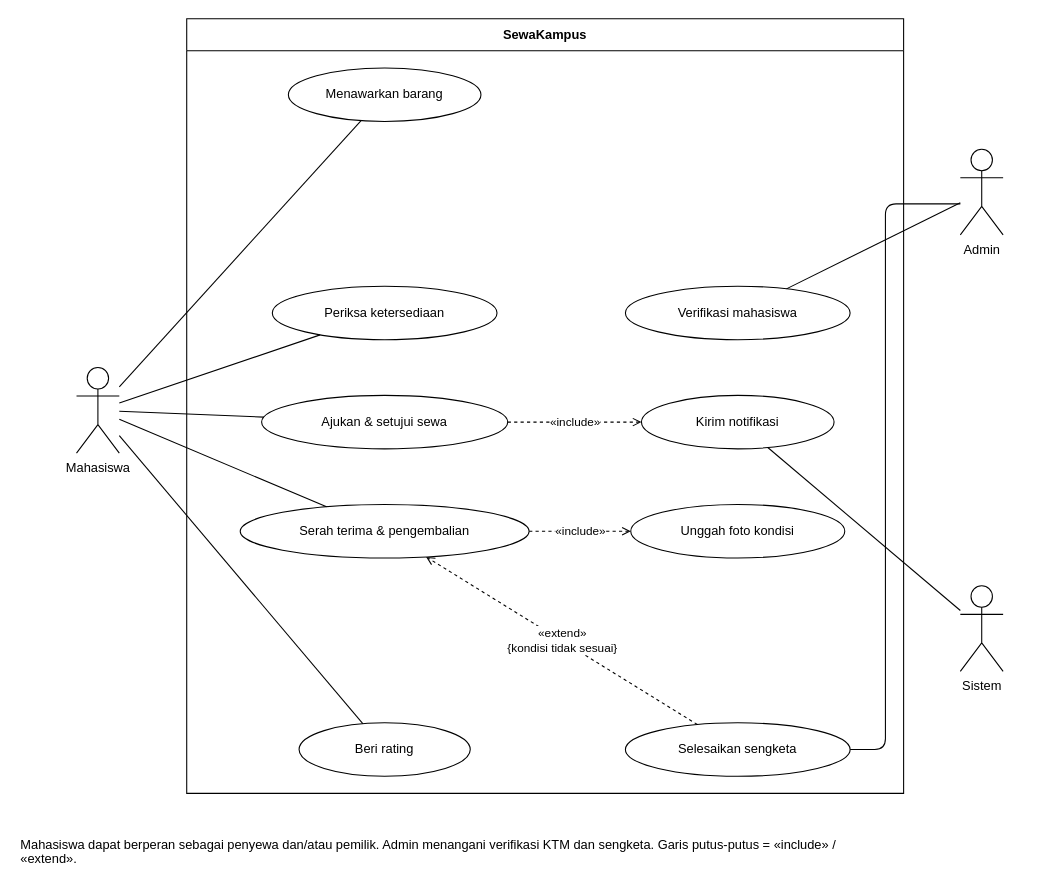
Above: 01_Business/P13-Use-Case-Diagram.drawio in hanansj789/sewakampus (draw.io), before the change. Source tidied: cells renumbered, new cells numbered last; positions are measured from the earlier drawing's top-left corner, leaving out a move shared by most shapes. Both pictures are drawn from the tidied source at 107%, with x=0, y=0 at pixel (18, 18).
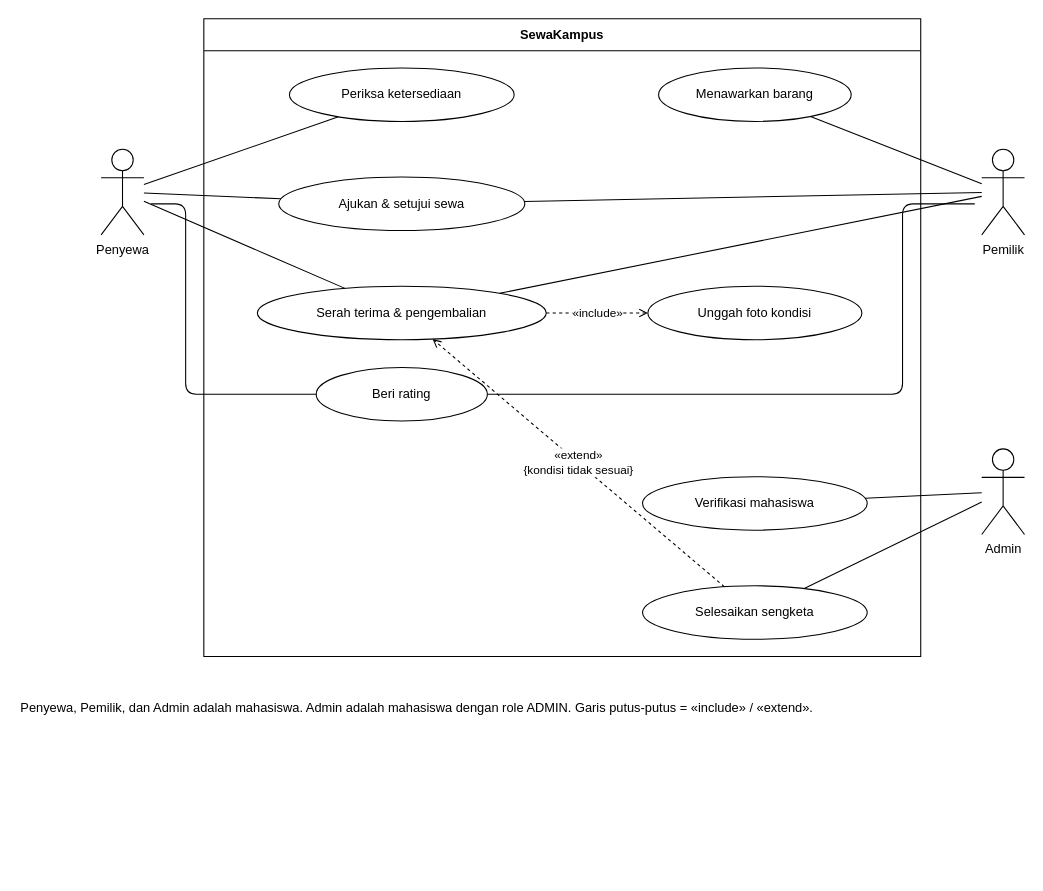
After the change.

What changed in the source:
```diff
@@
     <mxCell id="2" value="SewaKampus" style="swimlane;startSize=30;whiteSpace=wrap;html=1;" parent="1" vertex="1">
-      <mxGeometry x="157" width="670" height="724" as="geometry" />
+      <mxGeometry x="173" width="670" height="596" as="geometry" />
     </mxCell>
-    <mxCell id="3" value="Menawarkan barang" style="ellipse;whiteSpace=wrap;html=1;" parent="2" vertex="1">
-      <mxGeometry x="95" y="46" width="180" height="50" as="geometry" />
-    </mxCell>
     <mxCell id="4" value="Periksa ketersediaan" style="ellipse;whiteSpace=wrap;html=1;" parent="2" vertex="1">
-      <mxGeometry x="80" y="250" width="210" height="50" as="geometry" />
+      <mxGeometry x="80" y="46" width="210" height="50" as="geometry" />
     </mxCell>
     <mxCell id="5" value="Ajukan &amp; setujui sewa" style="ellipse;whiteSpace=wrap;html=1;" parent="2" vertex="1">
-      <mxGeometry x="70" y="352" width="230" height="50" as="geometry" />
+      <mxGeometry x="70" y="148" width="230" height="50" as="geometry" />
     </mxCell>
     <mxCell id="6" value="Serah terima &amp; pengembalian" style="ellipse;whiteSpace=wrap;html=1;" parent="2" vertex="1">
-      <mxGeometry x="50" y="454" width="270" height="50" as="geometry" />
+      <mxGeometry x="50" y="250" width="270" height="50" as="geometry" />
     </mxCell>
     <mxCell id="7" value="Beri rating" style="ellipse;whiteSpace=wrap;html=1;" parent="2" vertex="1">
-      <mxGeometry x="105" y="658" width="160" height="50" as="geometry" />
+      <mxGeometry x="105" y="326" width="160" height="50" as="geometry" />
     </mxCell>
+    <mxCell id="3" value="Menawarkan barang" style="ellipse;whiteSpace=wrap;html=1;" parent="2" vertex="1">
+      <mxGeometry x="425" y="46" width="180" height="50" as="geometry" />
+    </mxCell>
+    <mxCell id="10" value="Unggah foto kondisi" style="ellipse;whiteSpace=wrap;html=1;" parent="2" vertex="1">
+      <mxGeometry x="415" y="250" width="200" height="50" as="geometry" />
+    </mxCell>
     <mxCell id="8" value="Verifikasi mahasiswa" style="ellipse;whiteSpace=wrap;html=1;" parent="2" vertex="1">
-      <mxGeometry x="410" y="250" width="210" height="50" as="geometry" />
+      <mxGeometry x="410" y="428" width="210" height="50" as="geometry" />
     </mxCell>
-    <mxCell id="9" value="Kirim notifikasi" style="ellipse;whiteSpace=wrap;html=1;" parent="2" vertex="1">
-      <mxGeometry x="425" y="352" width="180" height="50" as="geometry" />
-    </mxCell>
-    <mxCell id="10" value="Unggah foto kondisi" style="ellipse;whiteSpace=wrap;html=1;" parent="2" vertex="1">
-      <mxGeometry x="415" y="454" width="200" height="50" as="geometry" />
-    </mxCell>
     <mxCell id="11" value="Selesaikan sengketa" style="ellipse;whiteSpace=wrap;html=1;" parent="2" vertex="1">
-      <mxGeometry x="410" y="658" width="210" height="50" as="geometry" />
+      <mxGeometry x="410" y="530" width="210" height="50" as="geometry" />
     </mxCell>
-    <mxCell id="12" value="Mahasiswa" style="shape=umlActor;verticalLabelPosition=bottom;verticalAlign=top;html=1;" parent="1" vertex="1">
-      <mxGeometry x="54" y="326" width="40" height="80" as="geometry" />
+    <mxCell id="12" value="Penyewa" style="shape=umlActor;verticalLabelPosition=bottom;verticalAlign=top;html=1;" parent="1" vertex="1">
+      <mxGeometry x="77" y="122" width="40" height="80" as="geometry" />
     </mxCell>
+    <mxCell id="27" value="Pemilik" style="shape=umlActor;verticalLabelPosition=bottom;verticalAlign=top;html=1;" parent="1" vertex="1">
+      <mxGeometry x="900" y="122" width="40" height="80" as="geometry" />
+    </mxCell>
     <mxCell id="13" value="Admin" style="shape=umlActor;verticalLabelPosition=bottom;verticalAlign=top;html=1;" parent="1" vertex="1">
-      <mxGeometry x="880" y="122" width="40" height="80" as="geometry" />
+      <mxGeometry x="900" y="402" width="40" height="80" as="geometry" />
     </mxCell>
-    <mxCell id="14" value="Sistem" style="shape=umlActor;verticalLabelPosition=bottom;verticalAlign=top;html=1;" parent="1" vertex="1">
-      <mxGeometry x="880" y="530" width="40" height="80" as="geometry" />
-    </mxCell>
-    <mxCell id="15" style="endArrow=none;html=1;" parent="1" edge="1" source="12" target="3">
-      <mxGeometry relative="1" as="geometry" />
-    </mxCell>
@@
-    <mxCell id="19" style="endArrow=none;html=1;" parent="1" edge="1" source="12" target="7">
-      <mxGeometry relative="1" as="geometry" />
+    <mxCell id="19" style="endArrow=none;html=1;exitX=1.163;exitY=0.638;exitDx=0;exitDy=0;exitPerimeter=0;entryX=0;entryY=0.5;entryDx=0;entryDy=0;" parent="1" edge="1" source="12" target="7">
+      <mxGeometry relative="1" as="geometry">
+        <Array as="points">
+          <mxPoint x="156" y="173" />
+          <mxPoint x="156" y="351" />
+        </Array>
+      </mxGeometry>
     </mxCell>
+    <mxCell id="15" style="endArrow=none;html=1;" parent="1" edge="1" source="27" target="3">
+      <mxGeometry relative="1" as="geometry" />
+    </mxCell>
+    <mxCell id="28" style="endArrow=none;html=1;" parent="1" edge="1" source="27" target="5">
+      <mxGeometry relative="1" as="geometry" />
+    </mxCell>
+    <mxCell id="29" style="endArrow=none;html=1;" parent="1" edge="1" source="27" target="6">
+      <mxGeometry relative="1" as="geometry" />
+    </mxCell>
+    <mxCell id="30" style="endArrow=none;html=1;exitX=-0.162;exitY=0.638;exitDx=0;exitDy=0;exitPerimeter=0;entryX=1;entryY=0.5;entryDx=0;entryDy=0;" parent="1" edge="1" source="27" target="7">
+      <mxGeometry relative="1" as="geometry">
+        <Array as="points">
+          <mxPoint x="826" y="173" />
+          <mxPoint x="826" y="351" />
+        </Array>
+      </mxGeometry>
+    </mxCell>
@@
-    <mxCell id="21" style="endArrow=none;html=1;exitX=0;exitY=0.638;exitDx=0;exitDy=0;exitPerimeter=0;entryX=1;entryY=0.5;entryDx=0;entryDy=0;" parent="1" edge="1" source="13" target="11">
-      <mxGeometry relative="1" as="geometry">
-        <Array as="points">
-          <mxPoint x="810" y="173" />
-          <mxPoint x="810" y="683" />
-        </Array>
-      </mxGeometry>
+    <mxCell id="21" style="endArrow=none;html=1;" parent="1" edge="1" source="13" target="11">
+      <mxGeometry relative="1" as="geometry" />
     </mxCell>
-    <mxCell id="22" style="endArrow=none;html=1;" parent="1" edge="1" source="14" target="9">
-      <mxGeometry relative="1" as="geometry" />
-    </mxCell>
-    <mxCell id="23" value="«include»" style="dashed=1;endArrow=open;html=1;" parent="1" edge="1" source="5" target="9">
-      <mxGeometry relative="1" as="geometry" />
-    </mxCell>
@@
-    <mxCell id="26" value="Mahasiswa dapat berperan sebagai penyewa dan/atau pemilik. Admin menangani verifikasi KTM dan sengketa. Garis putus-putus = «include» / «extend»." style="text;html=1;align=left;verticalAlign=top;whiteSpace=wrap;" parent="1" vertex="1">
-      <mxGeometry y="758" width="800" height="40" as="geometry" />
+    <mxCell id="26" value="Penyewa, Pemilik, dan Admin adalah mahasiswa. Admin adalah mahasiswa dengan role ADMIN. Garis putus-putus = «include» / «extend»." style="text;html=1;align=left;verticalAlign=top;whiteSpace=wrap;" parent="1" vertex="1">
+      <mxGeometry y="630" width="900" height="40" as="geometry" />
     </mxCell>
```
